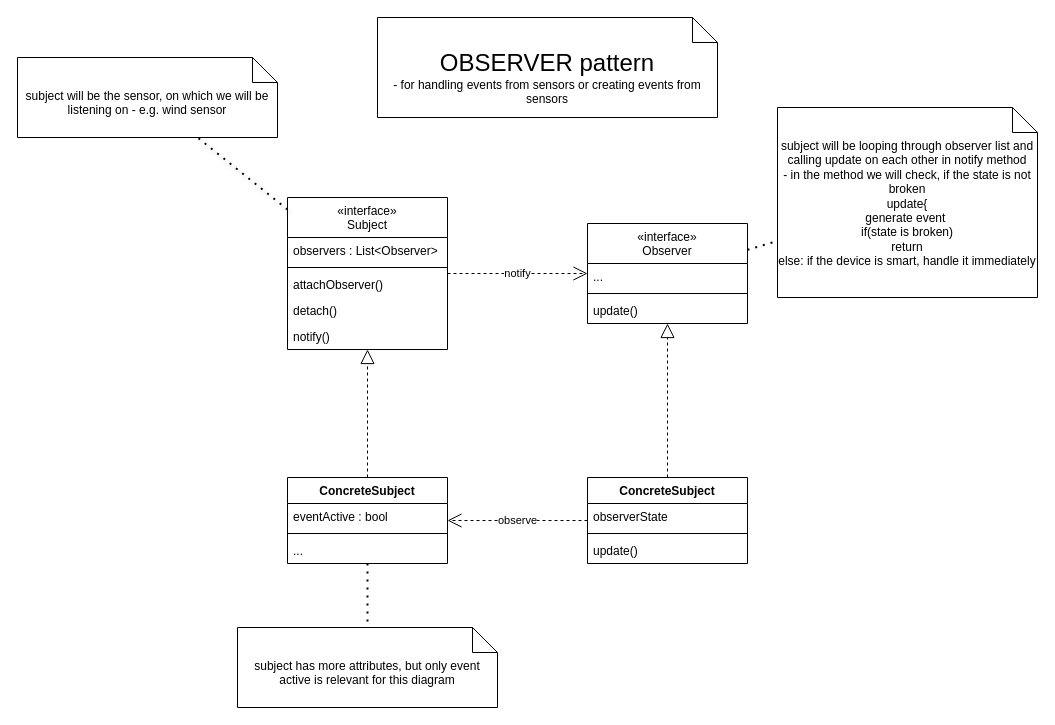
This is observer.drawio from alfacentaur1/omo_objectModel, a draw.io file, before an edit. Source tidied: cells renumbered, new cells numbered last; positions are measured from the earlier drawing's top-left corner, leaving out a move shared by most shapes. Both pictures are drawn from the tidied source at 100%, with x=0, y=0 at pixel (17, 17).
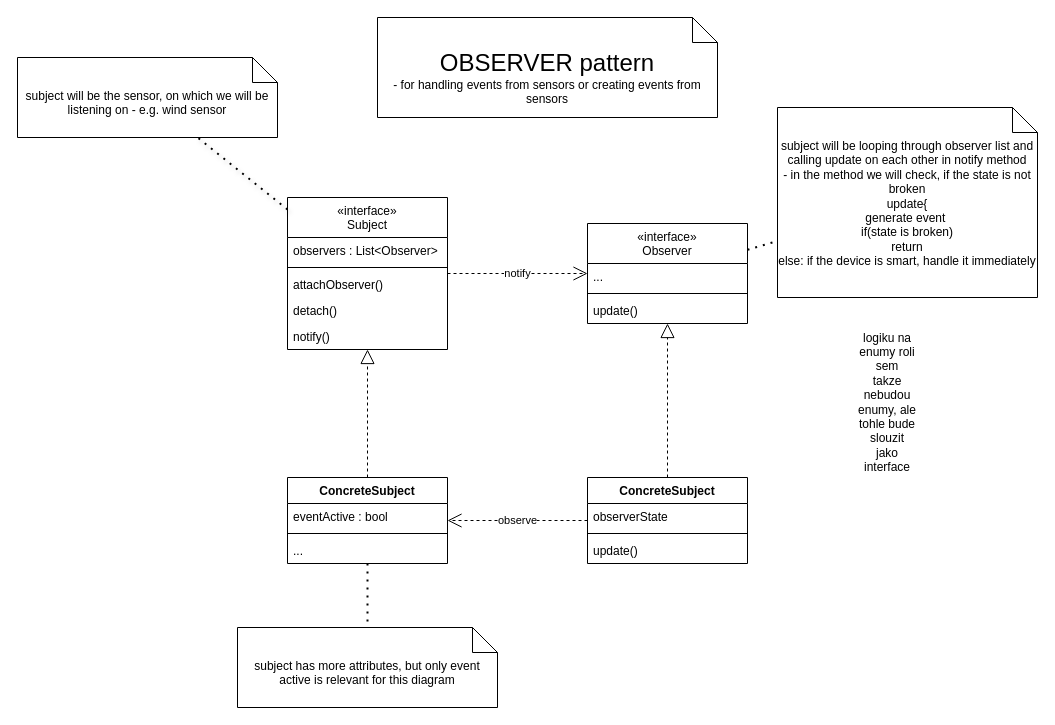
The same diagram, later.

The edit, as a diff of the source:
```diff
@@
+    <mxCell id="31" value="logiku na enumy roli sem&lt;div&gt;takze nebudou enumy, ale tohle bude slouzit jako interface&lt;/div&gt;" style="text;html=1;whiteSpace=wrap;strokeColor=none;fillColor=none;align=center;verticalAlign=middle;rounded=0;" parent="1" vertex="1">
+      <mxGeometry x="840" y="370" width="60" height="30" as="geometry" />
+    </mxCell>
```
